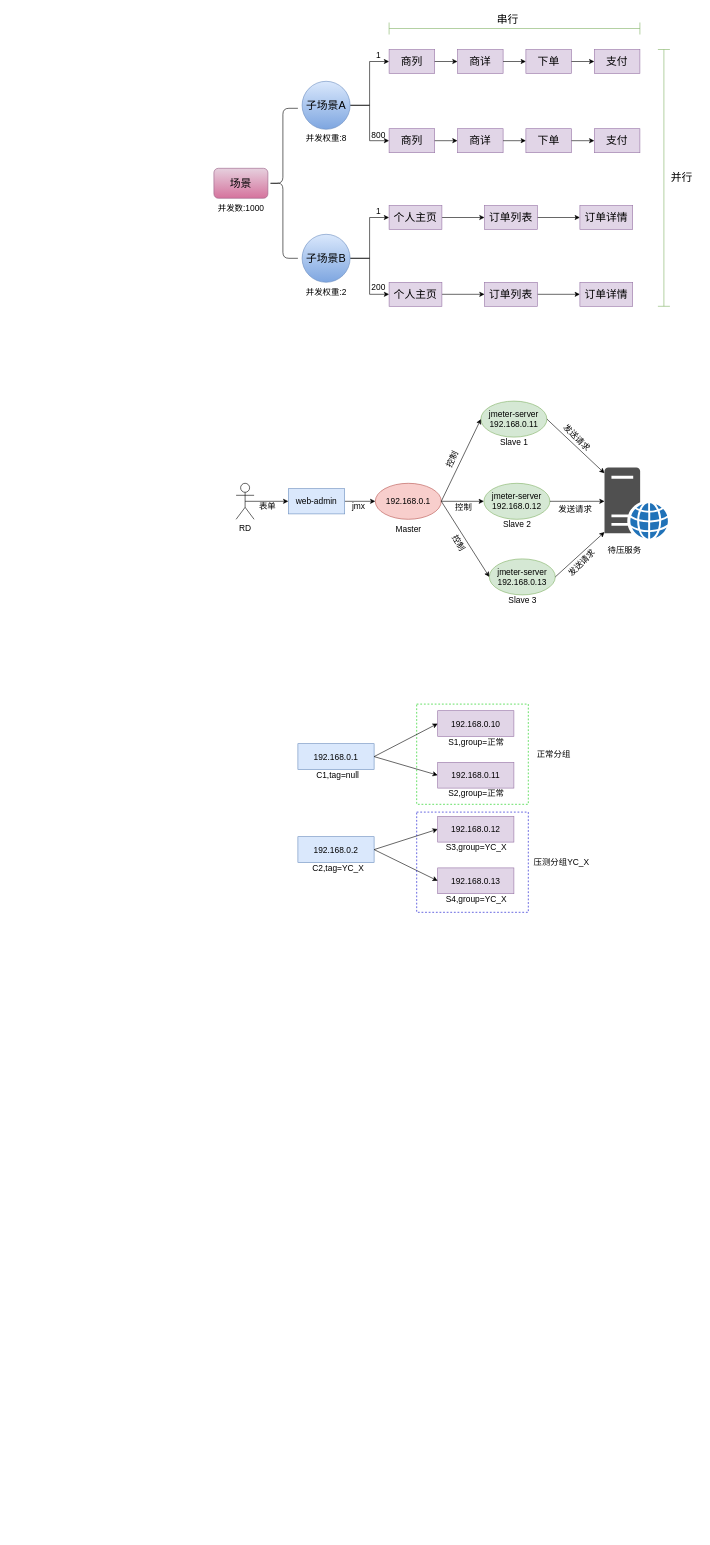
waterystone/draw_io keeps this draw.io diagram as tech/presstest/presstest.drawio. Above is the earlier version. Source tidied: cells renumbered, new cells numbered last; positions are measured from the earlier drawing's top-left corner, leaving out a move shared by most shapes. Both pictures are drawn from the tidied source at 60%, with x=0, y=0 at pixel (214, 10).
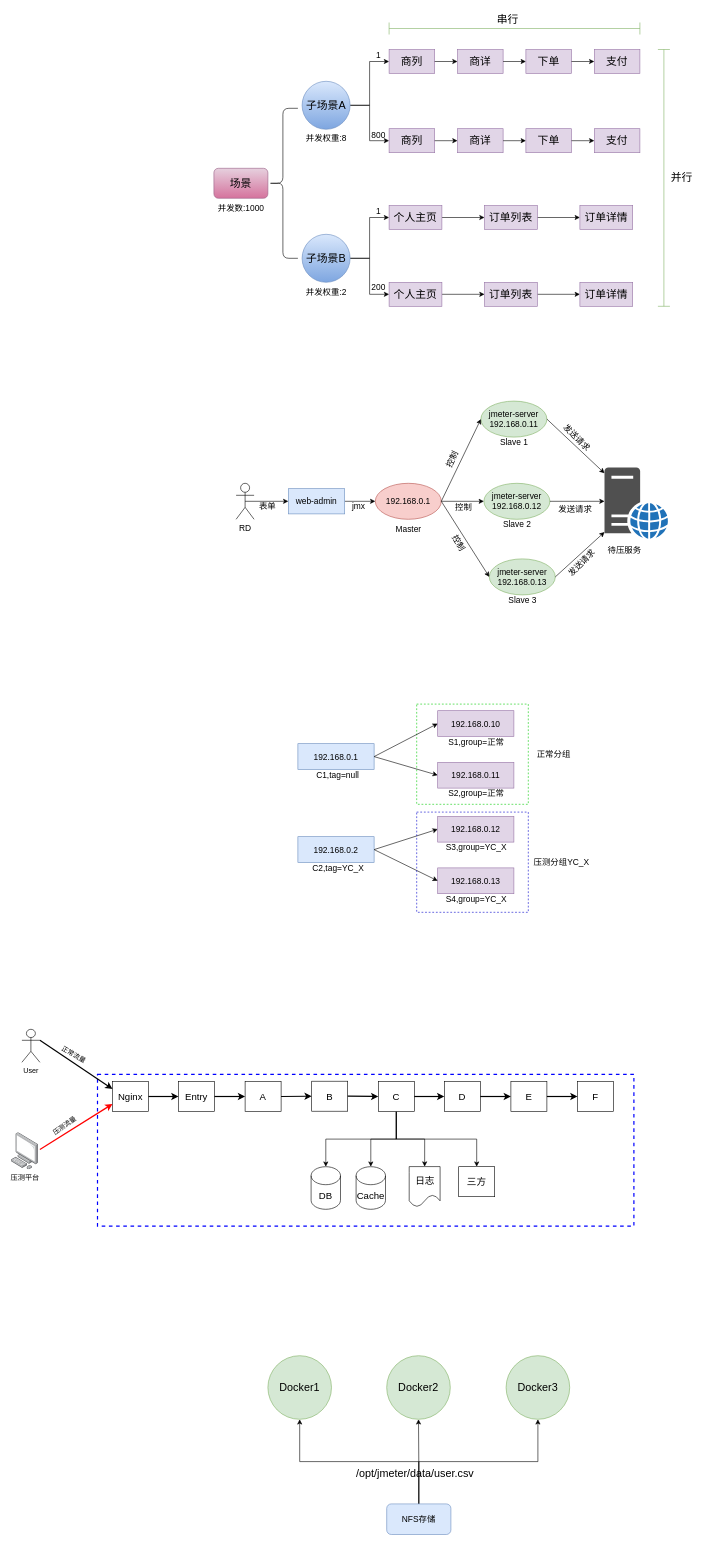
The same page after the edit.

The edit, as a diff of the source:
```diff
@@
+    <mxCell id="105" style="rounded=0;whiteSpace=wrap;html=1;dashed=1;fillColor=none;strokeColor=#0000FF;strokeWidth=2;" parent="1" vertex="1">
+      <mxGeometry x="-194" y="1773" width="894" height="253" as="geometry" />
+    </mxCell>
+    <mxCell id="106" style="endArrow=classic;html=1;strokeColor=#FF0000;strokeWidth=2;exitX=1;exitY=0.3333333333333333;exitDx=0;exitDy=0;exitPerimeter=0;entryX=0;entryY=0.75;entryDx=0;entryDy=0;" parent="1" edge="1" target="116">
+      <mxGeometry relative="1" as="geometry">
+        <mxPoint x="-290" y="1898.3" as="sourcePoint" />
+      </mxGeometry>
+    </mxCell>
+    <mxCell id="107" value="压测流量" style="edgeLabel;html=1;align=center;verticalAlign=middle;rotation=-35;" parent="106" vertex="1">
+      <mxGeometry x="-0.24" y="3" relative="1" as="geometry">
+        <mxPoint x="-4" y="-8" as="offset" />
+      </mxGeometry>
+    </mxCell>
+    <mxCell id="108" style="edgeStyle=orthogonalEdgeStyle;rounded=0;jettySize=auto;html=1;exitX=0.5;exitY=1;exitDx=0;exitDy=0;fontSize=16;" parent="1" edge="1" source="112" target="131">
+      <mxGeometry relative="1" as="geometry" />
+    </mxCell>
+    <mxCell id="109" style="edgeStyle=orthogonalEdgeStyle;rounded=0;jettySize=auto;html=1;exitX=0.5;exitY=1;exitDx=0;exitDy=0;entryX=0.5;entryY=0;entryDx=0;entryDy=0;entryPerimeter=0;fontSize=16;" parent="1" edge="1" source="112" target="132">
+      <mxGeometry relative="1" as="geometry" />
+    </mxCell>
+    <mxCell id="110" style="edgeStyle=orthogonalEdgeStyle;rounded=0;jettySize=auto;html=1;exitX=0.5;exitY=1;exitDx=0;exitDy=0;entryX=0.5;entryY=0;entryDx=0;entryDy=0;fontSize=16;" parent="1" edge="1" source="112" target="134">
+      <mxGeometry relative="1" as="geometry" />
+    </mxCell>
+    <mxCell id="111" style="edgeStyle=orthogonalEdgeStyle;rounded=0;jettySize=auto;html=1;exitX=0.5;exitY=1;exitDx=0;exitDy=0;entryX=0.5;entryY=0;entryDx=0;entryDy=0;fontSize=16;" parent="1" edge="1" source="112" target="133">
+      <mxGeometry relative="1" as="geometry" />
+    </mxCell>
+    <mxCell id="112" value="&lt;span style=&quot;font-size: 16px&quot;&gt;C&lt;/span&gt;" style="rounded=0;whiteSpace=wrap;html=1;" parent="1" vertex="1">
+      <mxGeometry x="274" y="1785" width="60" height="50" as="geometry" />
+    </mxCell>
+    <mxCell id="113" value="&lt;font style=&quot;font-size: 16px&quot;&gt;A&lt;/font&gt;" style="rounded=0;whiteSpace=wrap;html=1;fillColor=#FFFFFF;" parent="1" vertex="1">
+      <mxGeometry x="52" y="1785" width="60" height="50" as="geometry" />
+    </mxCell>
+    <mxCell id="114" value="&lt;font style=&quot;font-size: 16px&quot;&gt;Entry&lt;/font&gt;" style="rounded=0;whiteSpace=wrap;html=1;" parent="1" vertex="1">
+      <mxGeometry x="-59" y="1785" width="60" height="50" as="geometry" />
+    </mxCell>
+    <mxCell id="115" value="&lt;span style=&quot;font-size: 16px&quot;&gt;E&lt;/span&gt;" style="rounded=0;whiteSpace=wrap;html=1;" parent="1" vertex="1">
+      <mxGeometry x="495" y="1785" width="60" height="50" as="geometry" />
+    </mxCell>
+    <mxCell id="116" value="&lt;font style=&quot;font-size: 16px&quot;&gt;Nginx&lt;/font&gt;" style="rounded=0;whiteSpace=wrap;html=1;" parent="1" vertex="1">
+      <mxGeometry x="-169" y="1785" width="60" height="50" as="geometry" />
+    </mxCell>
+    <mxCell id="117" value="&lt;span style=&quot;font-size: 16px&quot;&gt;D&lt;/span&gt;" style="rounded=0;whiteSpace=wrap;html=1;" parent="1" vertex="1">
+      <mxGeometry x="384" y="1785" width="60" height="50" as="geometry" />
+    </mxCell>
+    <mxCell id="118" value="User" style="shape=umlActor;verticalLabelPosition=bottom;labelBackgroundColor=#ffffff;verticalAlign=top;html=1;outlineConnect=0;fillColor=none;" parent="1" vertex="1">
+      <mxGeometry x="-320" y="1698" width="30" height="55" as="geometry" />
+    </mxCell>
+    <mxCell id="119" style="endArrow=classic;html=1;strokeWidth=2;exitX=1;exitY=0.3333333333333333;exitDx=0;exitDy=0;exitPerimeter=0;entryX=0;entryY=0.25;entryDx=0;entryDy=0;" parent="1" edge="1" source="118" target="116">
+      <mxGeometry relative="1" as="geometry" />
+    </mxCell>
+    <mxCell id="120" value="正常流量" style="edgeLabel;html=1;align=center;verticalAlign=middle;rotation=30;" parent="119" vertex="1">
+      <mxGeometry x="-0.24" y="-1" relative="1" as="geometry">
+        <mxPoint x="11" y="-8" as="offset" />
+      </mxGeometry>
+    </mxCell>
+    <mxCell id="121" style="endArrow=classic;html=1;strokeWidth=2;exitX=1;exitY=0.5;exitDx=0;exitDy=0;entryX=0;entryY=0.5;entryDx=0;entryDy=0;" parent="1" edge="1" source="117" target="115">
+      <mxGeometry relative="1" as="geometry" />
+    </mxCell>
+    <mxCell id="122" style="endArrow=classic;html=1;strokeWidth=2;exitX=1;exitY=0.5;exitDx=0;exitDy=0;entryX=0;entryY=0.5;entryDx=0;entryDy=0;" parent="1" edge="1" source="112" target="117">
+      <mxGeometry relative="1" as="geometry" />
+    </mxCell>
+    <mxCell id="123" style="endArrow=classic;html=1;strokeWidth=2;exitX=1;exitY=0.5;exitDx=0;exitDy=0;entryX=0;entryY=0.5;entryDx=0;entryDy=0;" parent="1" edge="1" source="113" target="126">
+      <mxGeometry relative="1" as="geometry" />
+    </mxCell>
+    <mxCell id="124" style="endArrow=classic;html=1;strokeWidth=2;exitX=1;exitY=0.5;exitDx=0;exitDy=0;entryX=0;entryY=0.5;entryDx=0;entryDy=0;" parent="1" edge="1" source="114" target="113">
+      <mxGeometry relative="1" as="geometry" />
+    </mxCell>
+    <mxCell id="125" style="endArrow=classic;html=1;strokeWidth=2;exitX=1;exitY=0.5;exitDx=0;exitDy=0;entryX=0;entryY=0.5;entryDx=0;entryDy=0;" parent="1" edge="1" source="116" target="114">
+      <mxGeometry relative="1" as="geometry" />
+    </mxCell>
+    <mxCell id="126" value="&lt;font style=&quot;font-size: 16px&quot;&gt;B&lt;/font&gt;" style="rounded=0;whiteSpace=wrap;html=1;" parent="1" vertex="1">
+      <mxGeometry x="163" y="1784.5" width="60" height="50" as="geometry" />
+    </mxCell>
+    <mxCell id="127" style="endArrow=classic;html=1;strokeWidth=2;exitX=1;exitY=0.5;exitDx=0;exitDy=0;entryX=0;entryY=0.5;entryDx=0;entryDy=0;" parent="1" edge="1" source="126" target="112">
+      <mxGeometry relative="1" as="geometry" />
+    </mxCell>
+    <mxCell id="128" value="&lt;span style=&quot;font-size: 16px&quot;&gt;F&lt;/span&gt;" style="rounded=0;whiteSpace=wrap;html=1;" parent="1" vertex="1">
+      <mxGeometry x="606" y="1785" width="60" height="50" as="geometry" />
+    </mxCell>
+    <mxCell id="129" style="endArrow=classic;html=1;strokeWidth=2;exitX=1;exitY=0.5;exitDx=0;exitDy=0;entryX=0;entryY=0.5;entryDx=0;entryDy=0;" parent="1" edge="1" source="115" target="128">
+      <mxGeometry relative="1" as="geometry" />
+    </mxCell>
+    <mxCell id="130" value="压测平台" style="html=1;align=center;shadow=0;dashed=0;image;image=img/lib/allied_telesis/computer_and_terminals/Personal_Computer.svg;" parent="1" vertex="1">
+      <mxGeometry x="-338" y="1870" width="45.6" height="61.8" as="geometry" />
+    </mxCell>
+    <mxCell id="131" value="&lt;font style=&quot;font-size: 16px&quot;&gt;DB&lt;/font&gt;" style="shape=cylinder3;whiteSpace=wrap;html=1;boundedLbl=1;backgroundOutline=1;size=15;" parent="1" vertex="1">
+      <mxGeometry x="162" y="1927" width="49" height="71" as="geometry" />
+    </mxCell>
+    <mxCell id="132" value="&lt;font style=&quot;font-size: 16px&quot;&gt;Cache&lt;/font&gt;" style="shape=cylinder3;whiteSpace=wrap;html=1;boundedLbl=1;backgroundOutline=1;size=15;" parent="1" vertex="1">
+      <mxGeometry x="237" y="1927" width="49" height="71" as="geometry" />
+    </mxCell>
+    <mxCell id="133" value="&lt;span style=&quot;font-size: 16px&quot;&gt;三方&lt;/span&gt;" style="rounded=0;whiteSpace=wrap;html=1;" parent="1" vertex="1">
+      <mxGeometry x="408" y="1927" width="60" height="50" as="geometry" />
+    </mxCell>
+    <mxCell id="134" value="日志" style="shape=document;whiteSpace=wrap;html=1;boundedLbl=1;fontSize=16;" parent="1" vertex="1">
+      <mxGeometry x="325.5" y="1926.8" width="51.5" height="67.2" as="geometry" />
+    </mxCell>
+    <mxCell id="135" style="edgeStyle=orthogonalEdgeStyle;rounded=0;jettySize=auto;html=1;exitX=0.5;exitY=0;exitDx=0;exitDy=0;entryX=0.5;entryY=1;entryDx=0;entryDy=0;fontSize=18;" parent="1" edge="1" source="138" target="139">
+      <mxGeometry relative="1" as="geometry" />
+    </mxCell>
+    <mxCell id="136" style="edgeStyle=orthogonalEdgeStyle;rounded=0;jettySize=auto;html=1;exitX=0.5;exitY=0;exitDx=0;exitDy=0;entryX=0.5;entryY=1;entryDx=0;entryDy=0;fontSize=18;" parent="1" edge="1" source="138" target="140">
+      <mxGeometry relative="1" as="geometry" />
+    </mxCell>
+    <mxCell id="137" style="edgeStyle=orthogonalEdgeStyle;rounded=0;jettySize=auto;html=1;exitX=0.5;exitY=0;exitDx=0;exitDy=0;fontSize=18;" parent="1" edge="1" source="138" target="141">
+      <mxGeometry relative="1" as="geometry" />
+    </mxCell>
+    <mxCell id="138" value="NFS存储" style="rounded=1;whiteSpace=wrap;html=1;fontSize=14;strokeColor=#6c8ebf;fillColor=#dae8fc;" parent="1" vertex="1">
+      <mxGeometry x="288" y="2489" width="107" height="51" as="geometry" />
+    </mxCell>
+    <mxCell id="139" value="&lt;font style=&quot;font-size: 18px&quot;&gt;Docker1&lt;/font&gt;" style="ellipse;whiteSpace=wrap;html=1;fontSize=14;strokeColor=#82b366;fillColor=#d5e8d4;" parent="1" vertex="1">
+      <mxGeometry x="90" y="2242" width="106" height="106" as="geometry" />
+    </mxCell>
+    <mxCell id="140" value="&lt;font style=&quot;font-size: 18px&quot;&gt;Docker2&lt;/font&gt;" style="ellipse;whiteSpace=wrap;html=1;fontSize=14;strokeColor=#82b366;fillColor=#d5e8d4;" parent="1" vertex="1">
+      <mxGeometry x="288" y="2242" width="106" height="106" as="geometry" />
+    </mxCell>
+    <mxCell id="141" value="&lt;font style=&quot;font-size: 18px&quot;&gt;Docker3&lt;/font&gt;" style="ellipse;whiteSpace=wrap;html=1;fontSize=14;strokeColor=#82b366;fillColor=#d5e8d4;" parent="1" vertex="1">
+      <mxGeometry x="487" y="2242" width="106" height="106" as="geometry" />
+    </mxCell>
+    <mxCell id="142" value="/opt/jmeter/data/user.csv" style="text;html=1;align=center;verticalAlign=middle;strokeColor=none;fillColor=none;fontSize=18;" parent="1" vertex="1">
+      <mxGeometry x="231.5" y="2425" width="206" height="26" as="geometry" />
+    </mxCell>
```
